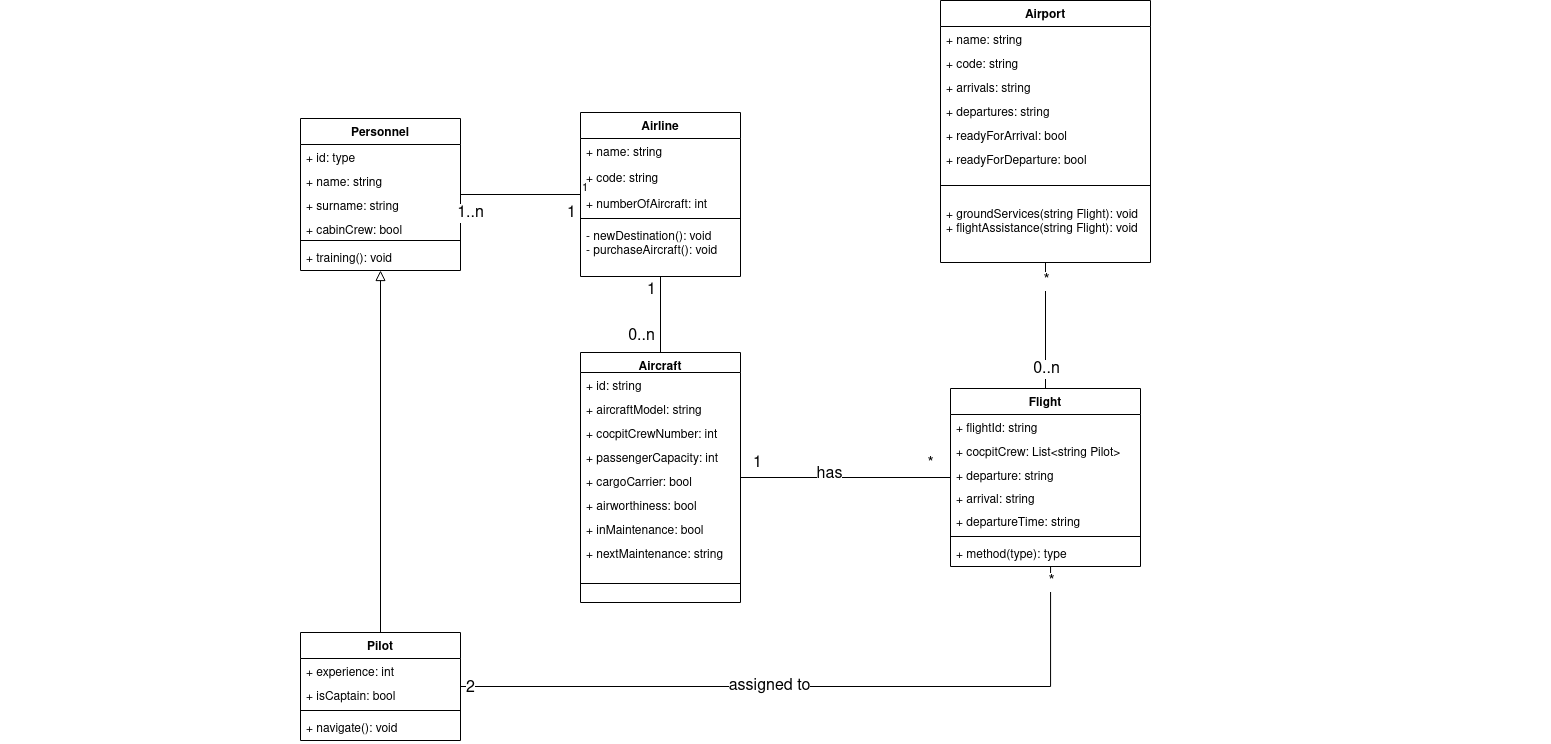
Earlier version of the draw.io export FlightManagement.drawio.png (gkhndktr/OOP). Source tidied: cells renumbered, new cells last; positions are measured from the earlier drawing's top-left corner, leaving out a move shared by most shapes.
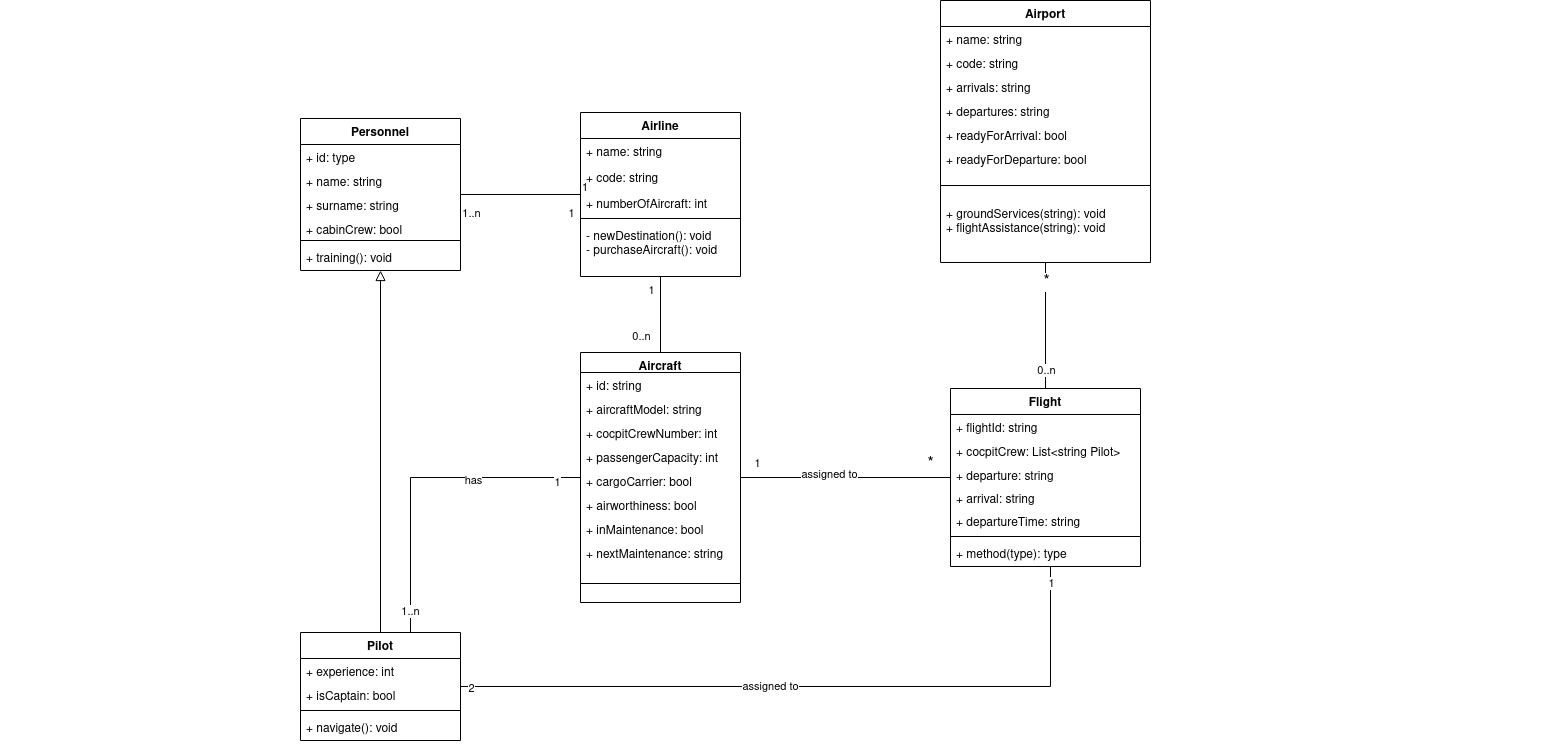
Above is the later version.

The edit, as a diff of the source:
```diff
@@ -98,7 +98,7 @@
     <mxCell id="33" style="line;strokeWidth=1;fillColor=none;align=left;verticalAlign=middle;spacingTop=-1;spacingLeft=3;spacingRight=3;labelPosition=right;" parent="26" vertex="1">
       <mxGeometry y="170" width="210" height="30" as="geometry" />
     </mxCell>
-    <mxCell id="34" value="+ groundServices(string Flight): void&#10;+ flightAssistance(string Flight): void&#10;&#10;&#10;" style="text;strokeColor=none;fillColor=none;align=left;verticalAlign=top;spacingLeft=4;spacingRight=4;overflow=hidden;" parent="26" vertex="1">
+    <mxCell id="34" value="+ groundServices(string): void&#10;+ flightAssistance(string): void&#10;&#10;&#10;" style="text;strokeColor=none;fillColor=none;align=left;verticalAlign=top;spacingLeft=4;spacingRight=4;overflow=hidden;" parent="26" vertex="1">
       <mxGeometry y="200" width="210" height="62" as="geometry" />
     </mxCell>
     <mxCell id="35" value="Pilot" style="swimlane;fontStyle=1;align=center;verticalAlign=top;horizontal=1;startSize=26;" parent="1" vertex="1">
@@ -158,12 +158,12 @@
     <mxCell id="53" value="1" style="endArrow=none;html=1;startArrow=none;startFill=0;edgeStyle=orthogonalEdgeStyle;align=left;verticalAlign=bottom;rounded=0;endFill=0;sourcePerimeterSpacing=0;startSize=13;" parent="1" edge="1" source="2" target="40">
       <mxGeometry x="-1" y="3" relative="1" as="geometry" />
     </mxCell>
-    <mxCell id="54" value="1" style="edgeLabel;html=1;align=center;verticalAlign=middle;fontSize=16;" parent="53" vertex="1">
+    <mxCell id="54" value="1" style="edgeLabel;html=1;align=center;verticalAlign=middle;fontSize=11;" parent="53" vertex="1">
       <mxGeometry x="-0.88" y="1" relative="1" as="geometry">
         <mxPoint x="-2" y="17" as="offset" />
       </mxGeometry>
     </mxCell>
-    <mxCell id="55" value="1..n" style="edgeLabel;html=1;align=center;verticalAlign=middle;fontSize=16;" parent="53" vertex="1">
+    <mxCell id="55" value="1..n" style="edgeLabel;html=1;align=center;verticalAlign=middle;fontSize=11;" parent="53" vertex="1">
       <mxGeometry x="0.9" y="1" relative="1" as="geometry">
         <mxPoint x="4" y="17" as="offset" />
       </mxGeometry>
@@ -174,12 +174,12 @@
     <mxCell id="57" style="endArrow=none;html=1;startArrow=none;startFill=0;edgeStyle=orthogonalEdgeStyle;align=left;verticalAlign=bottom;rounded=0;endFill=0;sourcePerimeterSpacing=0;startSize=13;" parent="1" edge="1" source="2" target="8">
       <mxGeometry x="-1" y="3" relative="1" as="geometry" />
     </mxCell>
-    <mxCell id="58" value="1" style="edgeLabel;html=1;align=center;verticalAlign=middle;fontSize=16;" parent="57" vertex="1">
+    <mxCell id="58" value="1" style="edgeLabel;html=1;align=center;verticalAlign=middle;fontSize=11;" parent="57" vertex="1">
       <mxGeometry x="-0.88" y="1" relative="1" as="geometry">
         <mxPoint x="-11" y="8" as="offset" />
       </mxGeometry>
     </mxCell>
-    <mxCell id="59" value="0..n" style="edgeLabel;html=1;align=center;verticalAlign=middle;fontSize=16;" parent="57" vertex="1">
+    <mxCell id="59" value="0..n" style="edgeLabel;html=1;align=center;verticalAlign=middle;fontSize=11;" parent="57" vertex="1">
       <mxGeometry x="0.9" y="1" relative="1" as="geometry">
         <mxPoint x="-21" y="-13" as="offset" />
       </mxGeometry>
@@ -187,7 +187,7 @@
     <mxCell id="60" style="endArrow=none;html=1;startArrow=none;startFill=0;edgeStyle=orthogonalEdgeStyle;align=left;verticalAlign=bottom;rounded=0;endFill=0;sourcePerimeterSpacing=0;startSize=13;" parent="1" edge="1" source="8" target="18">
       <mxGeometry x="-1" y="3" relative="1" as="geometry" />
     </mxCell>
-    <mxCell id="61" value="1" style="edgeLabel;html=1;align=center;verticalAlign=middle;fontSize=16;" parent="60" vertex="1">
+    <mxCell id="61" value="1" style="edgeLabel;html=1;align=center;verticalAlign=middle;fontSize=11;" parent="60" vertex="1">
       <mxGeometry x="-0.88" y="1" relative="1" as="geometry">
         <mxPoint x="3" y="-14" as="offset" />
       </mxGeometry>
@@ -197,7 +197,7 @@
         <mxPoint x="-11" y="-13" as="offset" />
       </mxGeometry>
     </mxCell>
-    <mxCell id="63" value="has" style="edgeLabel;html=1;align=center;verticalAlign=middle;fontSize=16;" parent="60" vertex="1">
+    <mxCell id="63" value="assigned to" style="edgeLabel;html=1;align=center;verticalAlign=middle;fontSize=11;" parent="60" vertex="1">
       <mxGeometry x="-0.17" y="4" relative="1" as="geometry" />
     </mxCell>
     <mxCell id="64" value="&amp;nbsp;" style="text;whiteSpace=wrap;html=1;fontSize=16;" parent="1" vertex="1">
@@ -210,17 +210,17 @@
         </Array>
       </mxGeometry>
     </mxCell>
-    <mxCell id="66" value="2" style="edgeLabel;html=1;align=center;verticalAlign=middle;fontSize=16;" parent="65" vertex="1">
+    <mxCell id="66" value="2" style="edgeLabel;html=1;align=center;verticalAlign=middle;fontSize=11;" parent="65" vertex="1">
       <mxGeometry x="0.93" y="1" relative="1" as="geometry">
         <mxPoint x="-14" as="offset" />
       </mxGeometry>
     </mxCell>
-    <mxCell id="67" value="*" style="edgeLabel;html=1;align=center;verticalAlign=middle;fontSize=16;" parent="65" vertex="1">
+    <mxCell id="67" value="1" style="edgeLabel;html=1;align=center;verticalAlign=middle;fontSize=11;" parent="65" vertex="1">
       <mxGeometry x="-0.87" y="3" relative="1" as="geometry">
         <mxPoint x="-3" y="-31" as="offset" />
       </mxGeometry>
     </mxCell>
-    <mxCell id="68" value="assigned to" style="edgeLabel;html=1;align=center;verticalAlign=middle;fontSize=16;" parent="65" vertex="1">
+    <mxCell id="68" value="assigned to" style="edgeLabel;html=1;align=center;verticalAlign=middle;fontSize=11;" parent="65" vertex="1">
       <mxGeometry x="0.13" y="-1" relative="1" as="geometry" />
     </mxCell>
     <mxCell id="69" value="&amp;nbsp;" style="text;whiteSpace=wrap;html=1;fontSize=16;" parent="1" vertex="1">
@@ -232,8 +232,24 @@
     <mxCell id="71" value="*" style="edgeLabel;html=1;align=center;verticalAlign=middle;fontSize=16;" parent="70" vertex="1">
       <mxGeometry x="-0.7" relative="1" as="geometry" />
     </mxCell>
-    <mxCell id="72" value="0..n" style="edgeLabel;html=1;align=center;verticalAlign=middle;fontSize=16;" parent="70" vertex="1">
+    <mxCell id="72" value="0..n" style="edgeLabel;html=1;align=center;verticalAlign=middle;fontSize=11;" parent="70" vertex="1">
       <mxGeometry x="0.7" relative="1" as="geometry" />
     </mxCell>
+    <mxCell id="73" style="endArrow=none;html=1;rounded=0;edgeStyle=orthogonalEdgeStyle;" parent="1" edge="1" source="35" target="8">
+      <mxGeometry relative="1" as="geometry">
+        <Array as="points">
+          <mxPoint x="410" y="477" />
+        </Array>
+      </mxGeometry>
+    </mxCell>
+    <mxCell id="74" value="1" style="edgeLabel;html=1;align=center;verticalAlign=middle;" parent="73" vertex="1">
+      <mxGeometry x="0.85" y="-4" relative="1" as="geometry" />
+    </mxCell>
+    <mxCell id="75" value="1..n" style="edgeLabel;html=1;align=center;verticalAlign=middle;" parent="73" vertex="1">
+      <mxGeometry x="-0.86" y="1" relative="1" as="geometry" />
+    </mxCell>
+    <mxCell id="76" value="&lt;div&gt;has&lt;/div&gt;" style="edgeLabel;html=1;align=center;verticalAlign=middle;fontSize=11;" parent="73" vertex="1">
+      <mxGeometry x="0.34" y="-2" relative="1" as="geometry" />
+    </mxCell>
   </root>
 </mxGraphModel>
```
